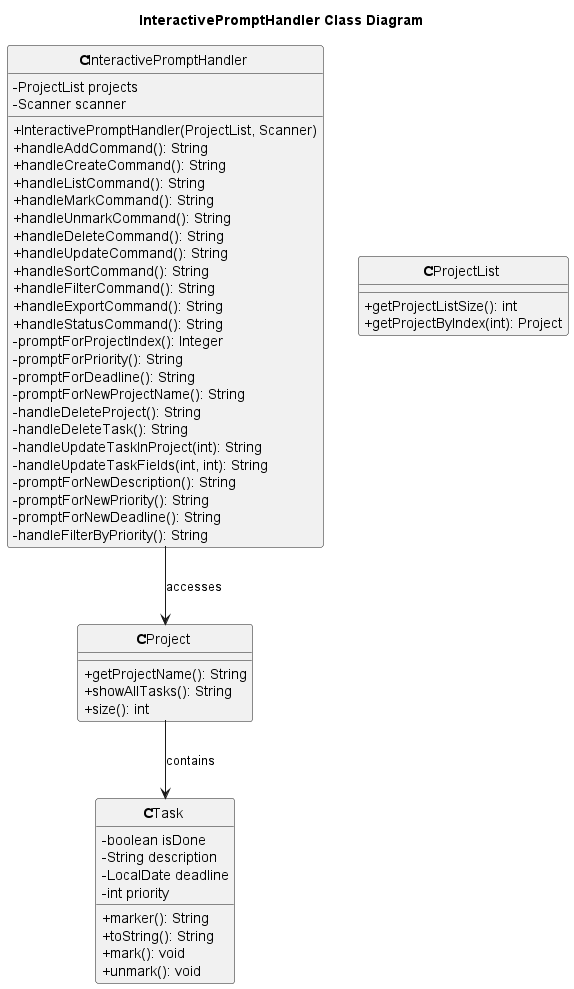
The PlantUML diagram docs/plantUML/interactive-prompt-handler/interactiveprompthandler.png in sean6369/tp, before a commit.
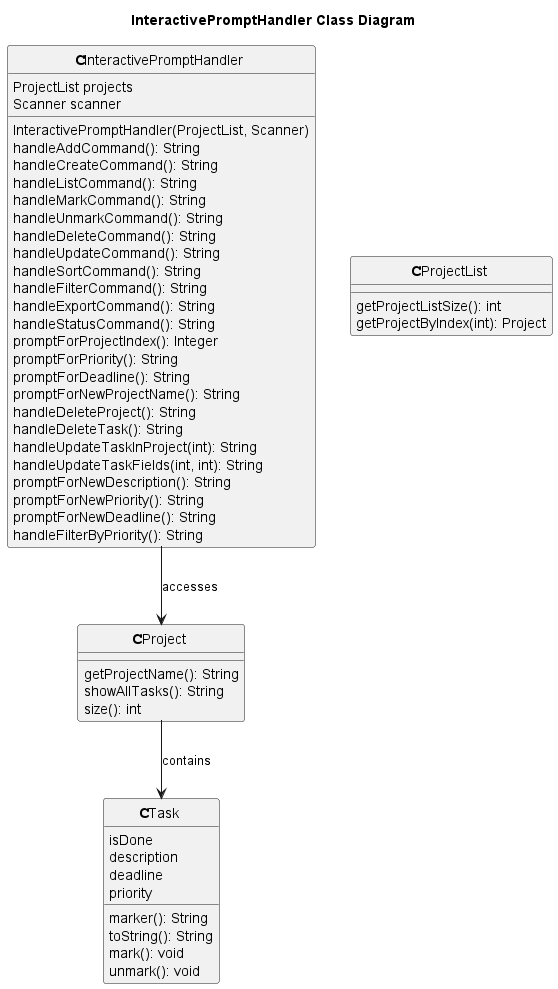
Later version of the same file.

Commit message:
Remove all visibility symbols from InteractivePromptHandler class diagram

- Removed all + and - prefixes from class attributes and methods
- Regenerated PNG to display a clean diagram without any visibility indicators
- Simplifies the diagram to focus on structure rather than access modifiers

Diff of the diagram source:
```diff
@@ -9,54 +9,54 @@
 skinparam stereotypeCBackgroundColor transparent
 
 class InteractivePromptHandler {
-    -ProjectList projects
-    -Scanner scanner
-    +InteractivePromptHandler(ProjectList, Scanner)
-    +handleAddCommand(): String
-    +handleCreateCommand(): String
-    +handleListCommand(): String
-    +handleMarkCommand(): String
-    +handleUnmarkCommand(): String
-    +handleDeleteCommand(): String
-    +handleUpdateCommand(): String
-    +handleSortCommand(): String
-    +handleFilterCommand(): String
-    +handleExportCommand(): String
-    +handleStatusCommand(): String
-    -promptForProjectIndex(): Integer
-    -promptForPriority(): String
-    -promptForDeadline(): String
-    -promptForNewProjectName(): String
-    -handleDeleteProject(): String
-    -handleDeleteTask(): String
-    -handleUpdateTaskInProject(int): String
-    -handleUpdateTaskFields(int, int): String
-    -promptForNewDescription(): String
-    -promptForNewPriority(): String
-    -promptForNewDeadline(): String
-    -handleFilterByPriority(): String
+    ProjectList projects
+    Scanner scanner
+    InteractivePromptHandler(ProjectList, Scanner)
+    handleAddCommand(): String
+    handleCreateCommand(): String
+    handleListCommand(): String
+    handleMarkCommand(): String
+    handleUnmarkCommand(): String
+    handleDeleteCommand(): String
+    handleUpdateCommand(): String
+    handleSortCommand(): String
+    handleFilterCommand(): String
+    handleExportCommand(): String
+    handleStatusCommand(): String
+    promptForProjectIndex(): Integer
+    promptForPriority(): String
+    promptForDeadline(): String
+    promptForNewProjectName(): String
+    handleDeleteProject(): String
+    handleDeleteTask(): String
+    handleUpdateTaskInProject(int): String
+    handleUpdateTaskFields(int, int): String
+    promptForNewDescription(): String
+    promptForNewPriority(): String
+    promptForNewDeadline(): String
+    handleFilterByPriority(): String
 }
 
 class ProjectList {
-    +getProjectListSize(): int
-    +getProjectByIndex(int): Project
+    getProjectListSize(): int
+    getProjectByIndex(int): Project
 }
 
 class Project {
-    +getProjectName(): String
-    +showAllTasks(): String
-    +size(): int
+    getProjectName(): String
+    showAllTasks(): String
+    size(): int
 }
 
 class Task {
-    -boolean isDone
-    -String description
-    -LocalDate deadline
-    -int priority
-    +marker(): String
-    +toString(): String
-    +mark(): void
-    +unmark(): void
+    isDone
+    description
+    deadline
+    priority
+    marker(): String
+    toString(): String
+    mark(): void
+    unmark(): void
 }
 
 InteractivePromptHandler --> Project : accesses
```
